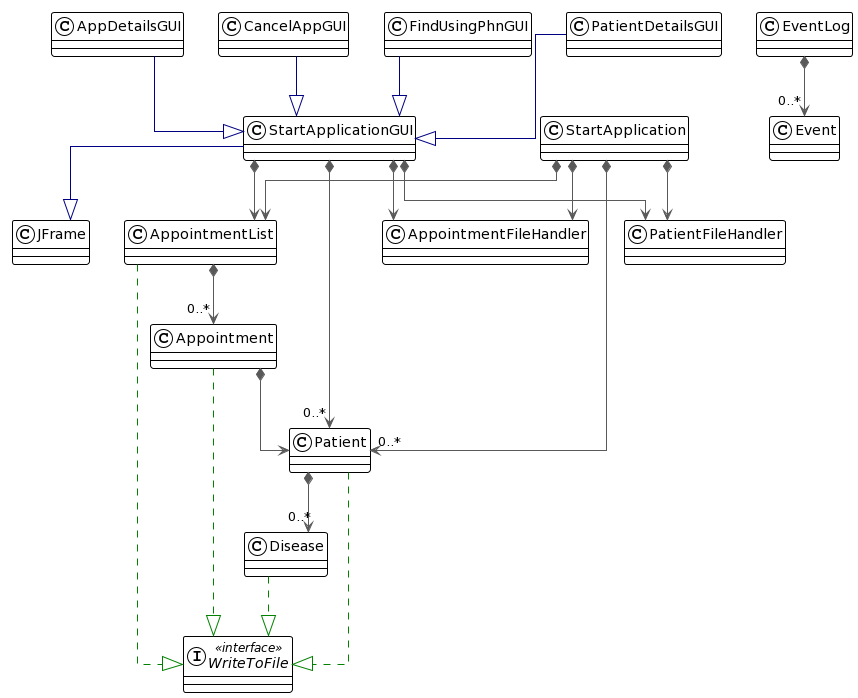
Earlier version of the PlantUML export UML_Design_Diagram.png (loganihrishi/Healthcare-Management-System). The source it was exported from:
```plantuml
@startuml
!theme plain
top to bottom direction
skinparam linetype ortho

class AppDetailsGUI
class Appointment
class AppointmentFileHandler
class AppointmentList
class CancelAppGUI
class Disease
class Event
class EventLog
class FindUsingPhnGUI
class Patient
class PatientDetailsGUI
class PatientFileHandler
class StartApplication
class StartApplicationGUI
class JFrame
interface WriteToFile << interface >>

AppDetailsGUI           -[#000082,plain]-^  StartApplicationGUI
Appointment            "\n" *-[#595959,plain]-> "\n" Patient
Appointment             -[#008200,dashed]-^  WriteToFile
AppointmentList        "0..*" *-[#595959,plain]-> "\n" Appointment
AppointmentList         -[#008200,dashed]-^  WriteToFile
CancelAppGUI            -[#000082,plain]-^  StartApplicationGUI
StartApplicationGUI     -[#000085,plain]-^ JFrame
Disease                 -[#008200,dashed]-^  WriteToFile
EventLog               "0..*" *-[#595959,plain]-> "\n" Event
FindUsingPhnGUI         -[#000082,plain]-^  StartApplicationGUI
Patient                "0..*" *-[#595959,plain]-> "\n" Disease
Patient                 -[#008200,dashed]-^  WriteToFile
PatientDetailsGUI       -[#000082,plain]-^  StartApplicationGUI
StartApplication       "\n" *-[#595959,plain]-> "\n" AppointmentFileHandler
StartApplication       "\n" *-[#595959,plain]-> "\n" AppointmentList
StartApplication       "\n" *-[#595959,plain]-> "0..*" Patient

StartApplication       "\n" *-[#595959,plain]-> "\n" PatientFileHandler
StartApplicationGUI    "\n" *-[#595959,plain]-> "\n" AppointmentFileHandler
StartApplicationGUI    "\n" *-[#595959,plain]-> "\n" AppointmentList
StartApplicationGUI    "0..*" *-[#595959,plain]-> "\n" Patient
StartApplicationGUI    "\n" *-[#595959,plain]-> "\n" PatientFileHandler
@enduml
```
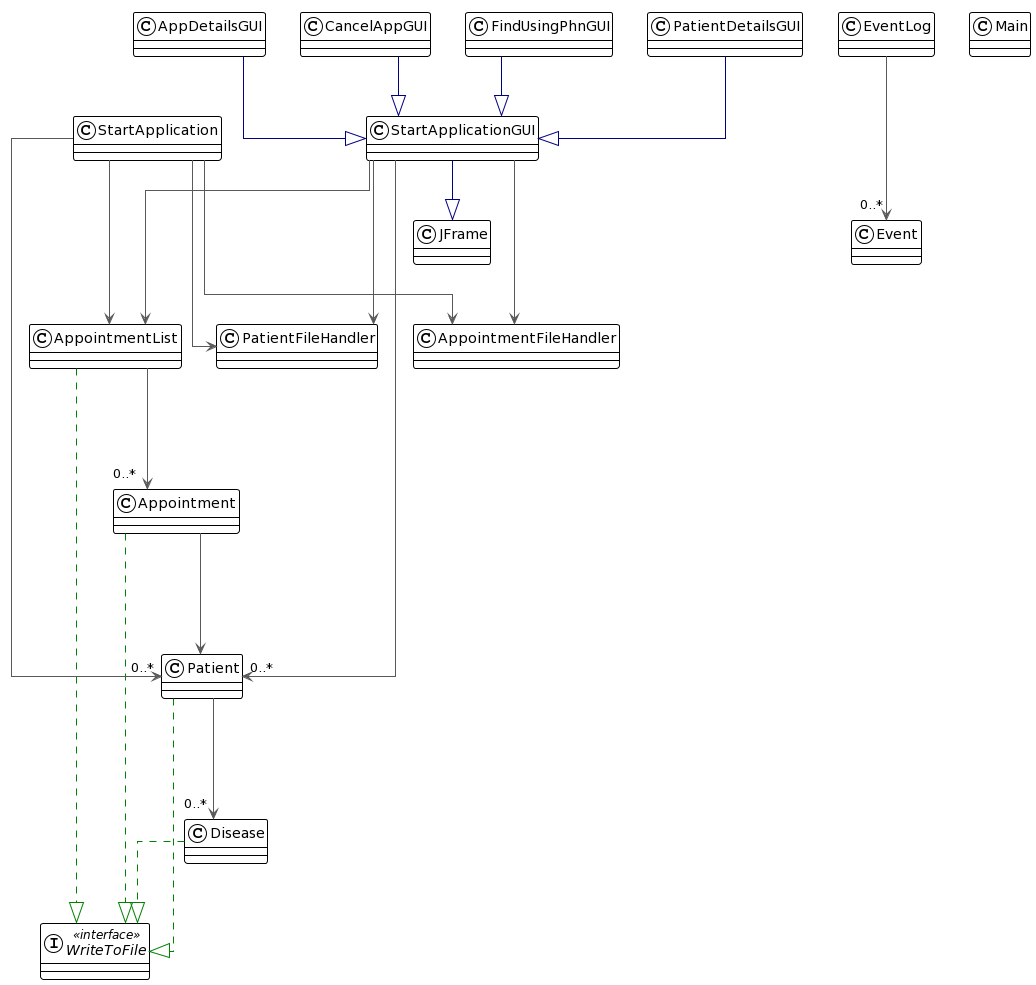
The same diagram one commit later.

The edit, as a diff of the source:
```diff
@@ -19,27 +19,28 @@
 class StartApplicationGUI
 class JFrame
 interface WriteToFile << interface >>
+class Main
 
 AppDetailsGUI           -[#000082,plain]-^  StartApplicationGUI
-Appointment            "\n" *-[#595959,plain]-> "\n" Patient
+Appointment            "\n" =-[#595959,plain]-> "\n" Patient
 Appointment             -[#008200,dashed]-^  WriteToFile
-AppointmentList        "0..*" *-[#595959,plain]-> "\n" Appointment
+AppointmentList        "\n" --[#595959,plain]-> "0..*" Appointment
 AppointmentList         -[#008200,dashed]-^  WriteToFile
 CancelAppGUI            -[#000082,plain]-^  StartApplicationGUI
 StartApplicationGUI     -[#000085,plain]-^ JFrame
 Disease                 -[#008200,dashed]-^  WriteToFile
-EventLog               "0..*" *-[#595959,plain]-> "\n" Event
+EventLog               "\n" --[#595959,plain]-> "0..*" Event
 FindUsingPhnGUI         -[#000082,plain]-^  StartApplicationGUI
-Patient                "0..*" *-[#595959,plain]-> "\n" Disease
+Patient                "\n" --[#595959,plain]-> "0..*" Disease
 Patient                 -[#008200,dashed]-^  WriteToFile
 PatientDetailsGUI       -[#000082,plain]-^  StartApplicationGUI
-StartApplication       "\n" *-[#595959,plain]-> "\n" AppointmentFileHandler
-StartApplication       "\n" *-[#595959,plain]-> "\n" AppointmentList
-StartApplication       "\n" *-[#595959,plain]-> "0..*" Patient
+StartApplication       "\n" --[#595959,plain]-> "\n" AppointmentFileHandler
+StartApplication       "\n" --[#595959,plain]-> "\n" AppointmentList
+StartApplication       "\n" --[#595959,plain]-> "0..*" Patient
 
-StartApplication       "\n" *-[#595959,plain]-> "\n" PatientFileHandler
-StartApplicationGUI    "\n" *-[#595959,plain]-> "\n" AppointmentFileHandler
-StartApplicationGUI    "\n" *-[#595959,plain]-> "\n" AppointmentList
-StartApplicationGUI    "0..*" *-[#595959,plain]-> "\n" Patient
-StartApplicationGUI    "\n" *-[#595959,plain]-> "\n" PatientFileHandler
+StartApplication       "\n" --[#595959,plain]-> "\n" PatientFileHandler
+StartApplicationGUI    "\n" --[#595959,plain]-> "\n" AppointmentFileHandler
+StartApplicationGUI    "\n" --[#595959,plain]-> "\n" AppointmentList
+StartApplicationGUI    "\n" --[#595959,plain]-> "0..*" Patient
+StartApplicationGUI    "\n" --[#595959,plain]-> "\n" PatientFileHandler
 @enduml
```
